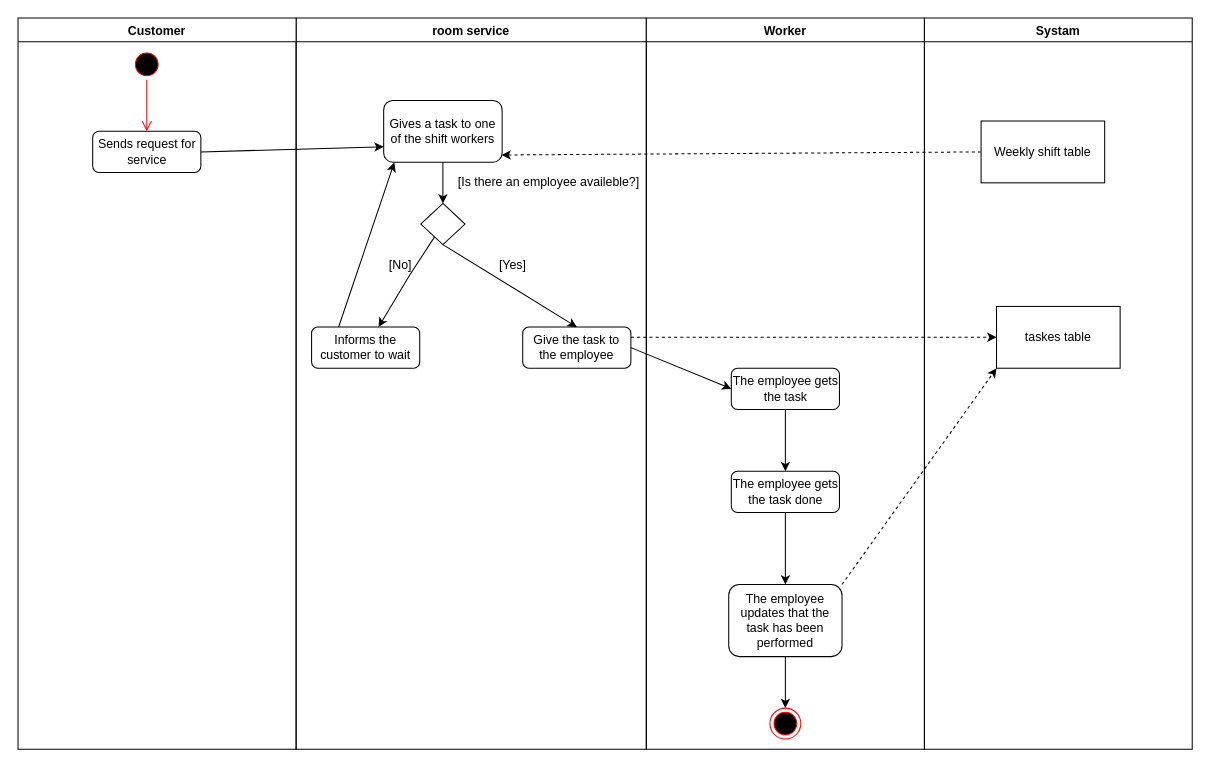
This is הכנה לפרוייקט גמר/drowio/אישור על ביצוע המטלה.drawio from MaorShtern/LHOTEL, a draw.io file, before an edit. Source tidied: cells renumbered, new cells numbered last; positions are measured from the earlier drawing's top-left corner, leaving out a move shared by most shapes. Both pictures are drawn from the tidied source at 103%, with x=0, y=0 at pixel (18, 18).
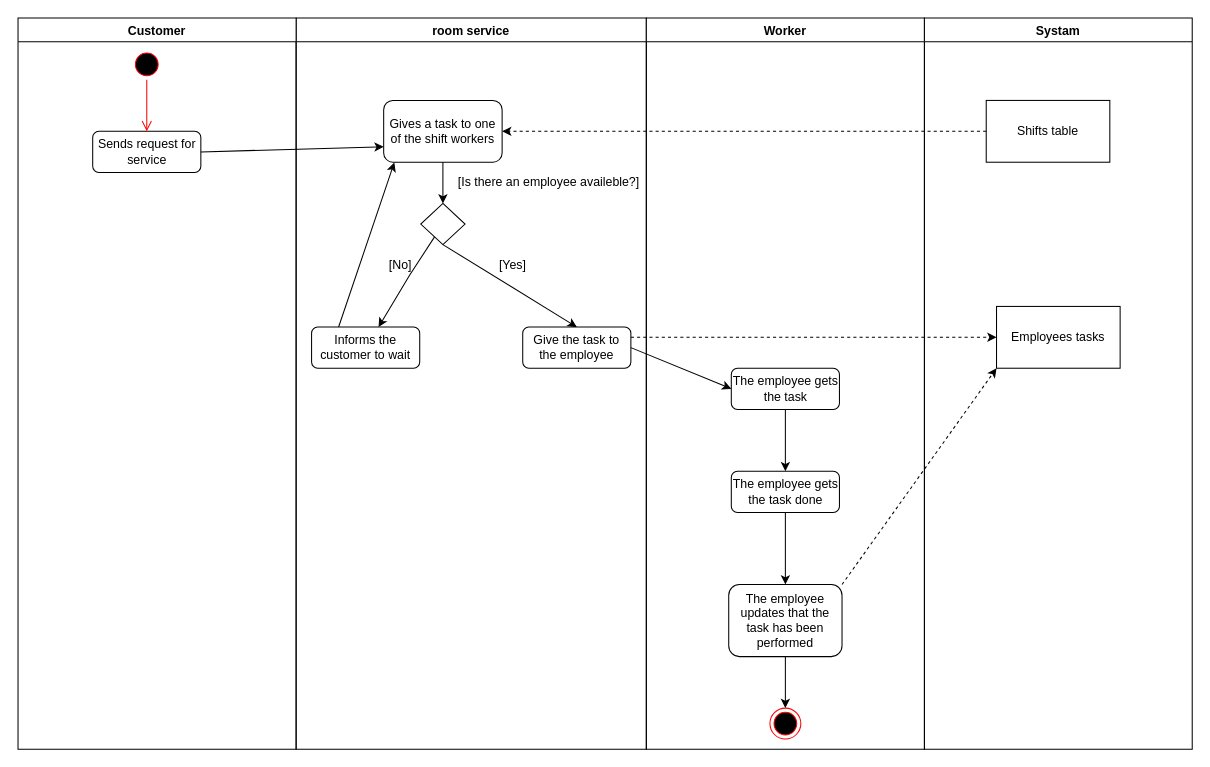
The same page after the edit.

Unchanged cells that the change refers to:
```xml
<mxCell id="3" value="Gives a task to one of the shift workers" style="rounded=1;whiteSpace=wrap;html=1;" parent="2" vertex="1">
  <mxGeometry x="85" y="80" width="115" height="60" as="geometry" />
</mxCell>
<mxCell id="21" value="Systam" style="swimlane;" parent="1" vertex="1">
  <mxGeometry x="880" width="260" height="710" as="geometry" />
</mxCell>
```

The edit, as a diff of the source:
```diff
@@
-    <mxCell id="22" value="Weekly shift table" style="rounded=0;whiteSpace=wrap;html=1;" parent="21" vertex="1">
-      <mxGeometry x="55" y="100" width="120" height="60" as="geometry" />
-    </mxCell>
-    <mxCell id="23" value="taskes table" style="rounded=0;whiteSpace=wrap;html=1;" parent="21" vertex="1">
+    <mxCell id="23" value="Employees tasks" style="rounded=0;whiteSpace=wrap;html=1;" parent="21" vertex="1">
       <mxGeometry x="70" y="280" width="120" height="60" as="geometry" />
     </mxCell>
+    <mxCell id="34" value="Shifts table" style="rounded=0;whiteSpace=wrap;html=1;" parent="21" vertex="1">
+      <mxGeometry x="60" y="80" width="120" height="60" as="geometry" />
+    </mxCell>
@@
-    <mxCell id="29" style="endArrow=classic;html=1;rounded=0;dashed=1;exitX=0;exitY=0.5;exitDx=0;exitDy=0;entryX=0.995;entryY=0.883;entryDx=0;entryDy=0;entryPerimeter=0;" parent="1" edge="1" source="22" target="3">
-      <mxGeometry relative="1" as="geometry" />
-    </mxCell>
@@
+    <mxCell id="35" style="endArrow=classic;html=1;rounded=0;dashed=1;entryX=1;entryY=0.5;entryDx=0;entryDy=0;exitX=0;exitY=0.5;exitDx=0;exitDy=0;" parent="1" edge="1" source="34" target="3">
+      <mxGeometry relative="1" as="geometry" />
+    </mxCell>
```
